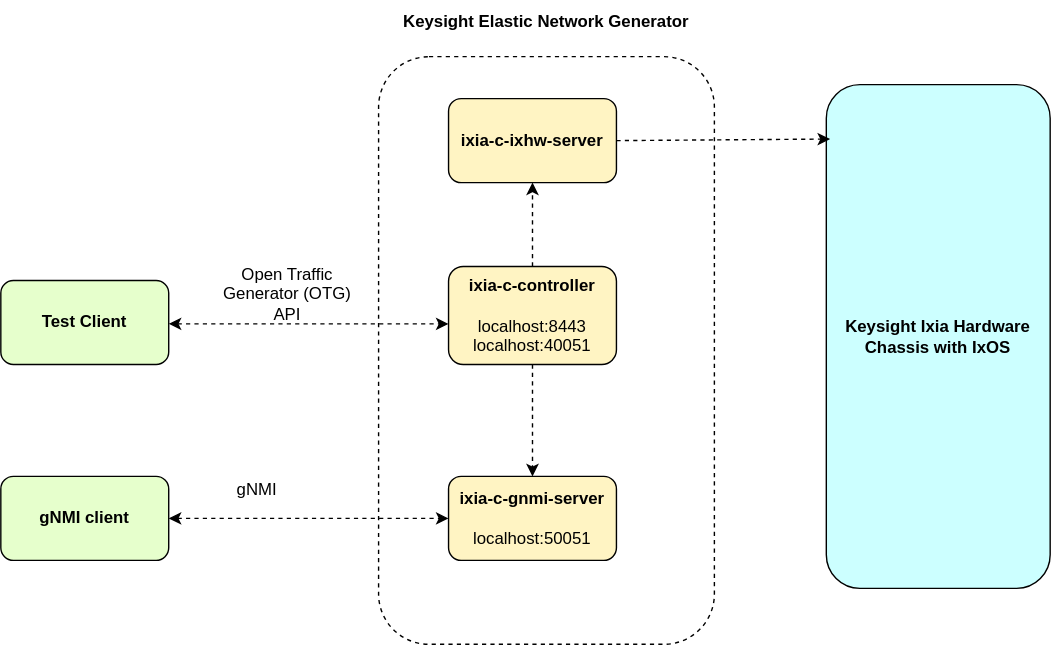
Earlier version of the draw.io export docs/res/hw-server.drawio.svg (open-traffic-generator/ixia-c). Source tidied: cells renumbered, new cells last; positions are measured from the earlier drawing's top-left corner, leaving out a move shared by most shapes. The source it was exported from:
```xml
<mxGraphModel>
  <root>
    <mxCell id="0" />
    <mxCell id="1" parent="0" />
    <mxCell id="2" value="Test Client" style="rounded=1;whiteSpace=wrap;html=1;fillColor=#E6FFCC;fontStyle=1;" parent="1" vertex="1">
      <mxGeometry y="200" width="120" height="60" as="geometry" />
    </mxCell>
    <mxCell id="3" value="gNMI client" style="rounded=1;whiteSpace=wrap;html=1;fillColor=#E6FFCC;fontStyle=1;" parent="1" vertex="1">
      <mxGeometry y="340" width="120" height="60" as="geometry" />
    </mxCell>
    <mxCell id="4" style="rounded=1;whiteSpace=wrap;html=1;dashed=1;" parent="1" vertex="1">
      <mxGeometry x="270" y="40" width="240" height="420" as="geometry" />
    </mxCell>
    <mxCell id="5" value="ixia-c-ixhw-server" style="rounded=1;whiteSpace=wrap;html=1;fontStyle=1;fillColor=#FFF4C3;" parent="1" vertex="1">
      <mxGeometry x="320" y="70" width="120" height="60" as="geometry" />
    </mxCell>
    <mxCell id="6" style="edgeStyle=orthogonalEdgeStyle;rounded=0;jettySize=auto;html=1;entryX=0.5;entryY=0;entryDx=0;entryDy=0;dashed=1;" parent="1" edge="1" source="8" target="9">
      <mxGeometry relative="1" as="geometry">
        <Array as="points">
          <mxPoint x="380" y="280" />
          <mxPoint x="380" y="280" />
        </Array>
      </mxGeometry>
    </mxCell>
    <mxCell id="7" style="edgeStyle=orthogonalEdgeStyle;rounded=0;jettySize=auto;html=1;dashed=1;" parent="1" edge="1" source="8" target="5">
      <mxGeometry relative="1" as="geometry" />
    </mxCell>
    <mxCell id="8" value="ixia-c-controller&lt;br&gt;&lt;br&gt;&lt;span style=&quot;font-weight: normal;&quot;&gt;localhost:8443&lt;br&gt;localhost:40051&lt;/span&gt;" style="rounded=1;whiteSpace=wrap;html=1;fontStyle=1;fillColor=#FFF4C3;" parent="1" vertex="1">
      <mxGeometry x="320" y="190" width="120" height="70" as="geometry" />
    </mxCell>
    <mxCell id="9" value="&lt;b&gt;ixia-c-gnmi-server&lt;/b&gt;&lt;br&gt;&lt;br&gt;localhost:50051" style="rounded=1;whiteSpace=wrap;html=1;fillColor=#FFF4C3;" parent="1" vertex="1">
      <mxGeometry x="320" y="340" width="120" height="60" as="geometry" />
    </mxCell>
    <mxCell id="10" value="&lt;b&gt;Keysight Ixia Hardware Chassis with IxOS&lt;/b&gt;" style="rounded=1;whiteSpace=wrap;html=1;fillColor=#CCFFFF;" parent="1" vertex="1">
      <mxGeometry x="590" y="60" width="160" height="360" as="geometry" />
    </mxCell>
    <mxCell id="11" style="endArrow=classic;html=1;rounded=0;exitX=0.25;exitY=1;exitDx=0;exitDy=0;entryX=0.017;entryY=0.108;entryDx=0;entryDy=0;entryPerimeter=0;dashed=1;" parent="1" edge="1" target="10">
      <mxGeometry relative="1" as="geometry">
        <mxPoint x="440" y="100" as="sourcePoint" />
      </mxGeometry>
    </mxCell>
    <mxCell id="12" value="Keysight Elastic Network Generator" style="whiteSpace=wrap;html=1;strokeColor=none;fontStyle=1;" parent="1" vertex="1">
      <mxGeometry x="280" width="220" height="30" as="geometry" />
    </mxCell>
    <mxCell id="13" style="endArrow=classic;startArrow=classic;html=1;rounded=0;dashed=1;" parent="1" edge="1">
      <mxGeometry relative="1" as="geometry">
        <mxPoint x="120" y="231" as="sourcePoint" />
        <mxPoint x="320" y="231" as="targetPoint" />
      </mxGeometry>
    </mxCell>
    <mxCell id="14" style="endArrow=classic;startArrow=classic;html=1;rounded=0;dashed=1;exitX=1;exitY=0.5;exitDx=0;exitDy=0;" parent="1" edge="1" source="3">
      <mxGeometry relative="1" as="geometry">
        <mxPoint x="320" y="370" as="targetPoint" />
      </mxGeometry>
    </mxCell>
    <mxCell id="15" value="Open Traffic Generator (OTG) API" style="rounded=0;whiteSpace=wrap;html=1;strokeColor=none;" parent="1" vertex="1">
      <mxGeometry x="150" y="190" width="110" height="40" as="geometry" />
    </mxCell>
    <mxCell id="16" value="gNMI&amp;nbsp;" style="rounded=0;whiteSpace=wrap;html=1;strokeColor=none;" parent="1" vertex="1">
      <mxGeometry x="130" y="340" width="110" height="20" as="geometry" />
    </mxCell>
  </root>
</mxGraphModel>
```
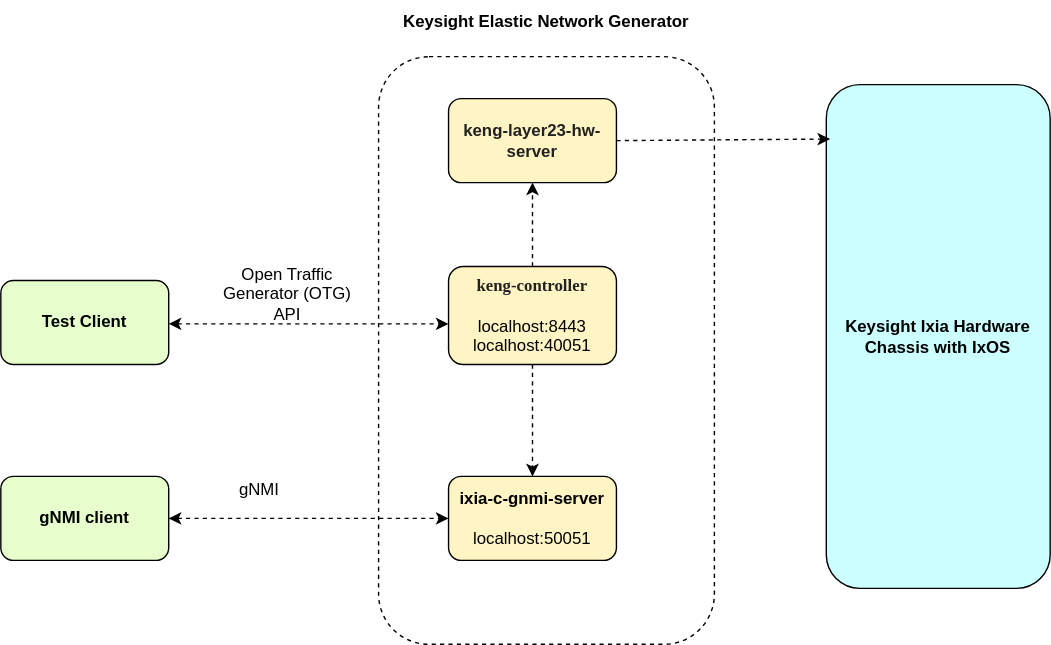
After the change.

Change to the diagram source:
```diff
@@ -11,7 +11,7 @@
     <mxCell id="4" style="rounded=1;whiteSpace=wrap;html=1;dashed=1;" parent="1" vertex="1">
       <mxGeometry x="270" y="40" width="240" height="420" as="geometry" />
     </mxCell>
-    <mxCell id="5" value="ixia-c-ixhw-server" style="rounded=1;whiteSpace=wrap;html=1;fontStyle=1;fillColor=#FFF4C3;" parent="1" vertex="1">
+    <mxCell id="5" value="&lt;span style=&quot;color: rgb(33, 33, 33);&quot;&gt;&lt;font style=&quot;font-size: 12px;&quot;&gt;keng-layer23-hw-server&lt;/font&gt;&lt;/span&gt;" style="rounded=1;whiteSpace=wrap;html=1;fontStyle=1;fillColor=#FFF4C3;" parent="1" vertex="1">
       <mxGeometry x="320" y="70" width="120" height="60" as="geometry" />
     </mxCell>
     <mxCell id="6" style="edgeStyle=orthogonalEdgeStyle;rounded=0;jettySize=auto;html=1;entryX=0.5;entryY=0;entryDx=0;entryDy=0;dashed=1;" parent="1" edge="1" source="8" target="9">
@@ -25,7 +25,7 @@
     <mxCell id="7" style="edgeStyle=orthogonalEdgeStyle;rounded=0;jettySize=auto;html=1;dashed=1;" parent="1" edge="1" source="8" target="5">
       <mxGeometry relative="1" as="geometry" />
     </mxCell>
-    <mxCell id="8" value="ixia-c-controller&lt;br&gt;&lt;br&gt;&lt;span style=&quot;font-weight: normal;&quot;&gt;localhost:8443&lt;br&gt;localhost:40051&lt;/span&gt;" style="rounded=1;whiteSpace=wrap;html=1;fontStyle=1;fillColor=#FFF4C3;" parent="1" vertex="1">
+    <mxCell id="8" value="&lt;span style=&quot;font-family: Consolas; color: rgb(33, 33, 33);&quot;&gt;keng-controller&lt;/span&gt;&lt;br&gt;&lt;br&gt;&lt;span style=&quot;font-weight: normal;&quot;&gt;localhost:8443&lt;br&gt;localhost:40051&lt;/span&gt;" style="rounded=1;whiteSpace=wrap;html=1;fontStyle=1;fillColor=#FFF4C3;" parent="1" vertex="1">
       <mxGeometry x="320" y="190" width="120" height="70" as="geometry" />
     </mxCell>
     <mxCell id="9" value="&lt;b&gt;ixia-c-gnmi-server&lt;/b&gt;&lt;br&gt;&lt;br&gt;localhost:50051" style="rounded=1;whiteSpace=wrap;html=1;fillColor=#FFF4C3;" parent="1" vertex="1">
```
